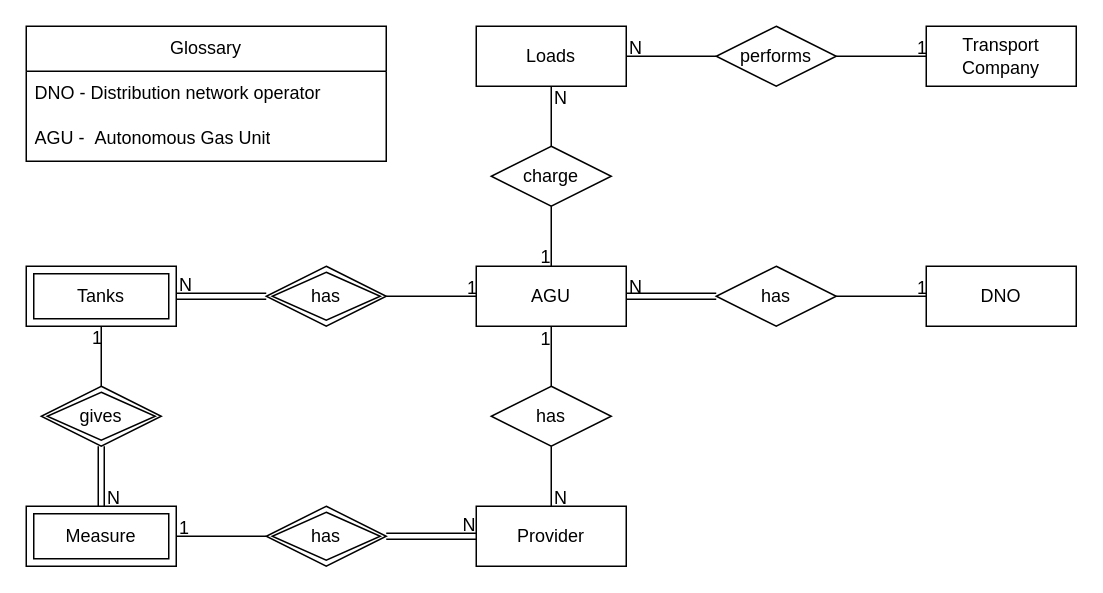
Earlier version of the draw.io diagram page "Entity WO atributes" (4 of 4) of docs/AGU-diagrams.drawio (AGU-Data-System/AGU-Data-System). Source tidied: cells renumbered, new cells numbered last; positions are measured from the earlier drawing's top-left corner, leaving out a move shared by most shapes. Both pictures are drawn from the tidied source at 150%, with x=0, y=0 at pixel (26, 26).
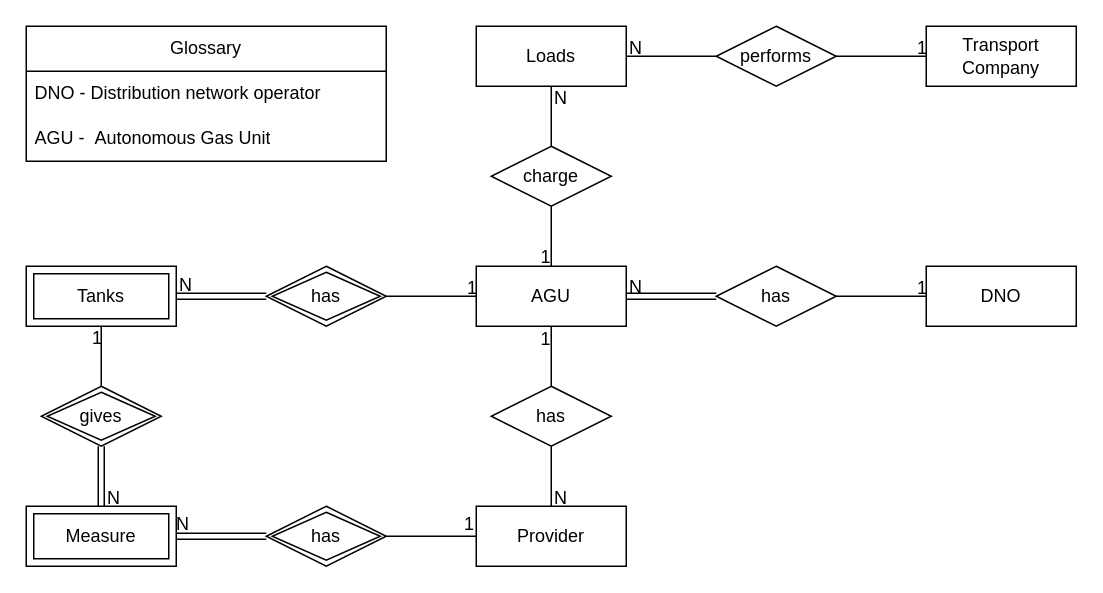
Above is the later version.

The change refers to these unchanged cells:
```xml
<mxCell id="11" value="Provider" style="whiteSpace=wrap;html=1;align=center;" parent="1" vertex="1">
  <mxGeometry x="300" y="320" width="100" height="40" as="geometry" />
</mxCell>
<mxCell id="31" value="Measure" style="shape=ext;margin=3;double=1;whiteSpace=wrap;html=1;align=center;" parent="1" vertex="1">
  <mxGeometry y="320" width="100" height="40" as="geometry" />
</mxCell>
<mxCell id="32" value="has" style="shape=rhombus;double=1;perimeter=rhombusPerimeter;whiteSpace=wrap;html=1;align=center;" parent="1" vertex="1">
  <mxGeometry x="160" y="320" width="80" height="40" as="geometry" />
</mxCell>
```

What changed in the source:
```diff
@@
-    <mxCell id="33" style="endArrow=none;html=1;rounded=0;" parent="1" edge="1" source="32" target="31">
+    <mxCell id="33" style="endArrow=none;html=1;rounded=0;" parent="1" edge="1" source="32" target="11">
       <mxGeometry relative="1" as="geometry" />
     </mxCell>
     <mxCell id="34" value="1" style="html=1;whiteSpace=wrap;align=right;verticalAlign=bottom;" parent="33" vertex="1">
-      <mxGeometry x="1" relative="1" as="geometry">
-        <mxPoint x="10" y="3" as="offset" />
-      </mxGeometry>
+      <mxGeometry x="1" relative="1" as="geometry" />
     </mxCell>
@@
-    <mxCell id="39" style="shape=link;html=1;rounded=0;" parent="1" edge="1" source="32" target="11">
+    <mxCell id="39" style="shape=link;html=1;rounded=0;" parent="1" edge="1" source="32" target="31">
       <mxGeometry relative="1" as="geometry" />
     </mxCell>
     <mxCell id="40" value="N" style="html=1;whiteSpace=wrap;align=right;verticalAlign=bottom;" parent="39" vertex="1">
       <mxGeometry x="1" relative="1" as="geometry">
-        <mxPoint x="1" y="1" as="offset" />
+        <mxPoint x="10" as="offset" />
       </mxGeometry>
     </mxCell>
```
